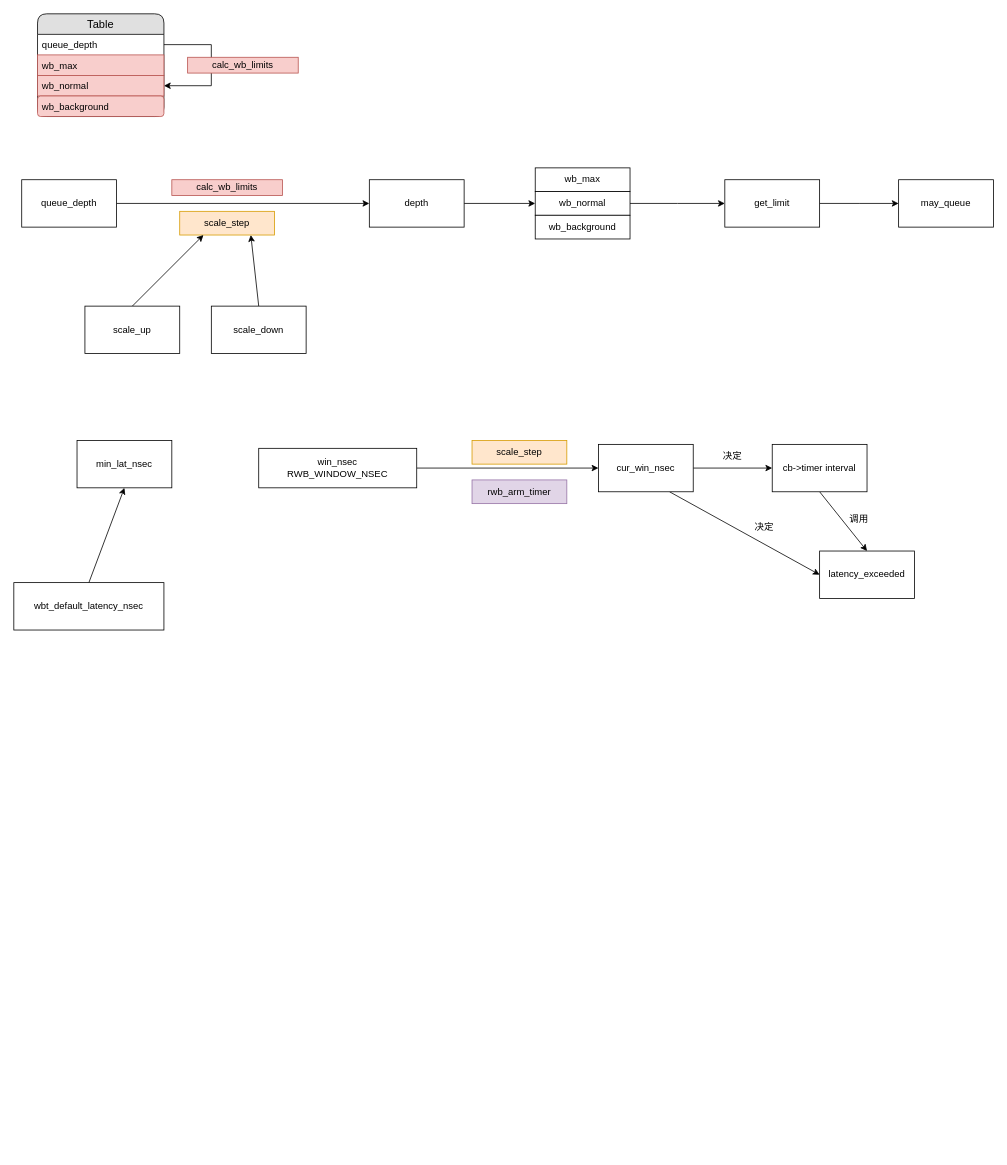
Earlier version of the draw.io diagram page "write back throttling" (6 of 6) of multiqueue.drawio (chenlei0x/drawio). Source tidied: cells renumbered, new cells numbered last; positions are measured from the earlier drawing's top-left corner, leaving out a move shared by most shapes. Both pictures are drawn from the tidied source at 79%, with x=0, y=0 at pixel (13, 13).
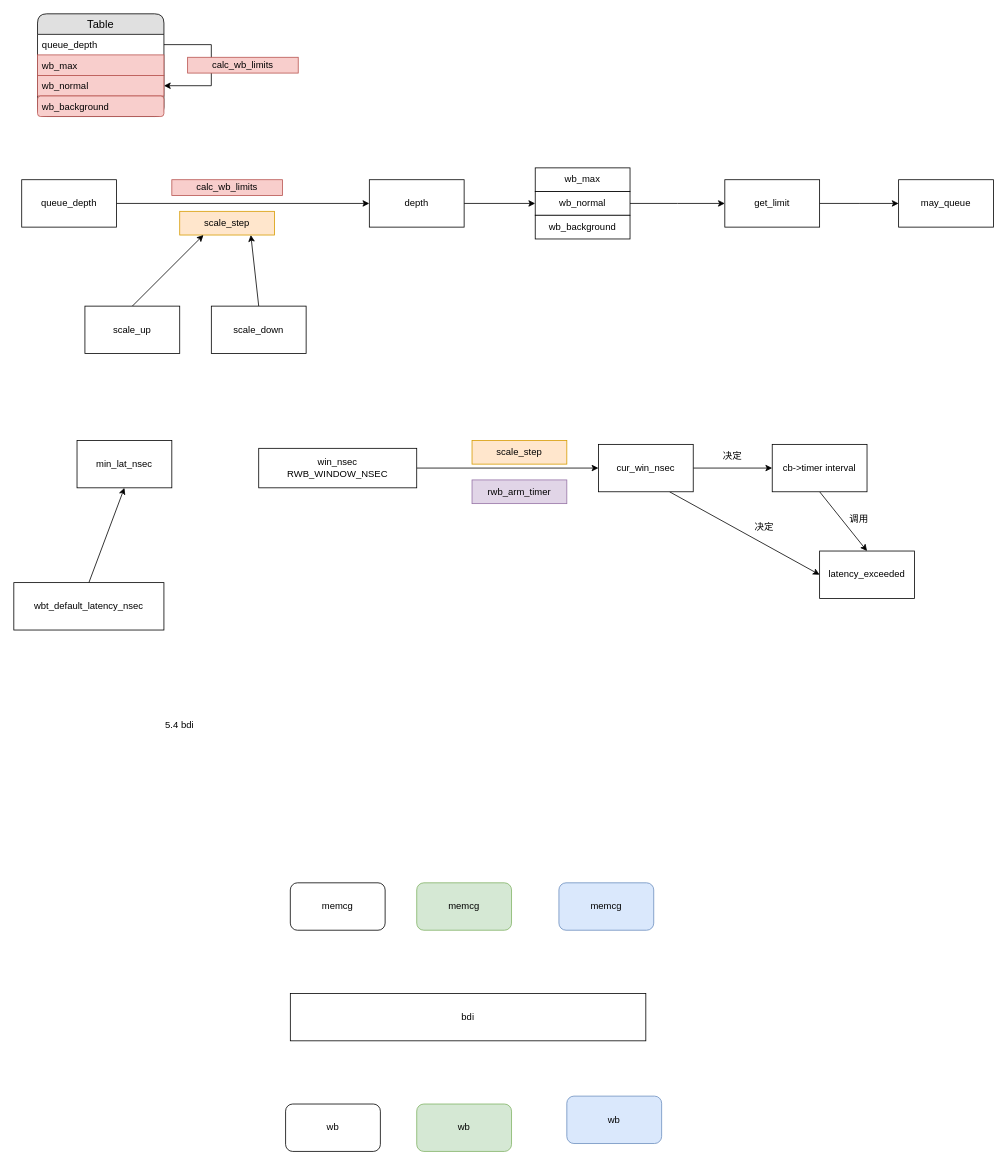
The same diagram, later.

Diff of the diagram source:
```diff
@@
+    <mxCell id="42" value="5.4 bdi" style="text;html=1;strokeColor=none;fillColor=none;align=center;verticalAlign=middle;whiteSpace=wrap;rounded=0;" parent="1" vertex="1">
+      <mxGeometry x="110" y="880" width="200" height="40" as="geometry" />
+    </mxCell>
+    <mxCell id="43" value="bdi" style="rounded=0;whiteSpace=wrap;html=1;" parent="1" vertex="1">
+      <mxGeometry x="350" y="1240" width="450" height="60" as="geometry" />
+    </mxCell>
+    <mxCell id="44" value="memcg" style="rounded=1;whiteSpace=wrap;html=1;" parent="1" vertex="1">
+      <mxGeometry x="350" y="1100" width="120" height="60" as="geometry" />
+    </mxCell>
+    <mxCell id="45" value="memcg" style="rounded=1;whiteSpace=wrap;html=1;fillColor=#d5e8d4;strokeColor=#82b366;" parent="1" vertex="1">
+      <mxGeometry x="510" y="1100" width="120" height="60" as="geometry" />
+    </mxCell>
+    <mxCell id="46" value="memcg" style="rounded=1;whiteSpace=wrap;html=1;fillColor=#dae8fc;strokeColor=#6c8ebf;" parent="1" vertex="1">
+      <mxGeometry x="690" y="1100" width="120" height="60" as="geometry" />
+    </mxCell>
+    <mxCell id="47" value="wb" style="rounded=1;whiteSpace=wrap;html=1;" parent="1" vertex="1">
+      <mxGeometry x="344" y="1380" width="120" height="60" as="geometry" />
+    </mxCell>
+    <mxCell id="48" value="wb" style="rounded=1;whiteSpace=wrap;html=1;fillColor=#d5e8d4;strokeColor=#82b366;" parent="1" vertex="1">
+      <mxGeometry x="510" y="1380" width="120" height="60" as="geometry" />
+    </mxCell>
+    <mxCell id="49" value="wb" style="rounded=1;whiteSpace=wrap;html=1;fillColor=#dae8fc;strokeColor=#6c8ebf;" parent="1" vertex="1">
+      <mxGeometry x="700" y="1370" width="120" height="60" as="geometry" />
+    </mxCell>
```
